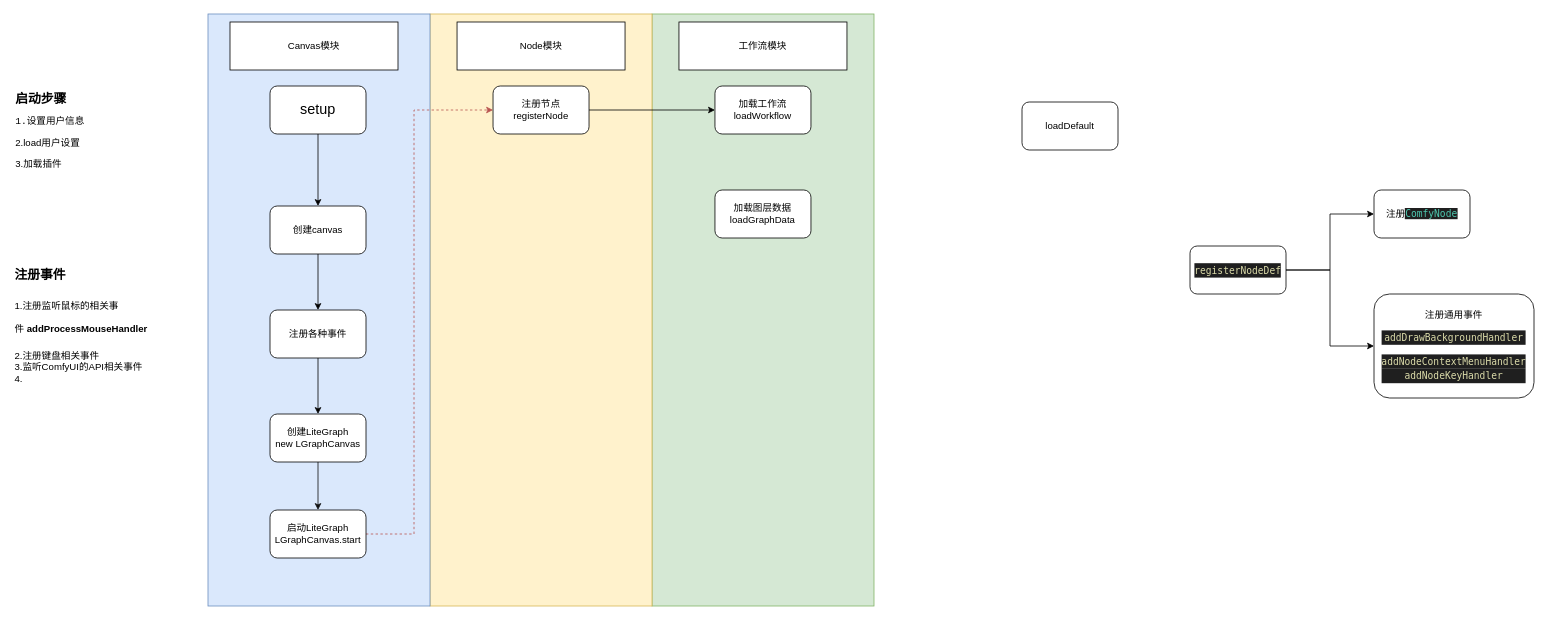
This is comfyUI.drawio from SkylarShuang/book-1, a draw.io file, before an edit. Source tidied: cells renumbered, new cells numbered last; positions are measured from the earlier drawing's top-left corner, leaving out a move shared by most shapes. Both pictures are drawn from the tidied source at 80%, with x=0, y=0 at pixel (14, 14).
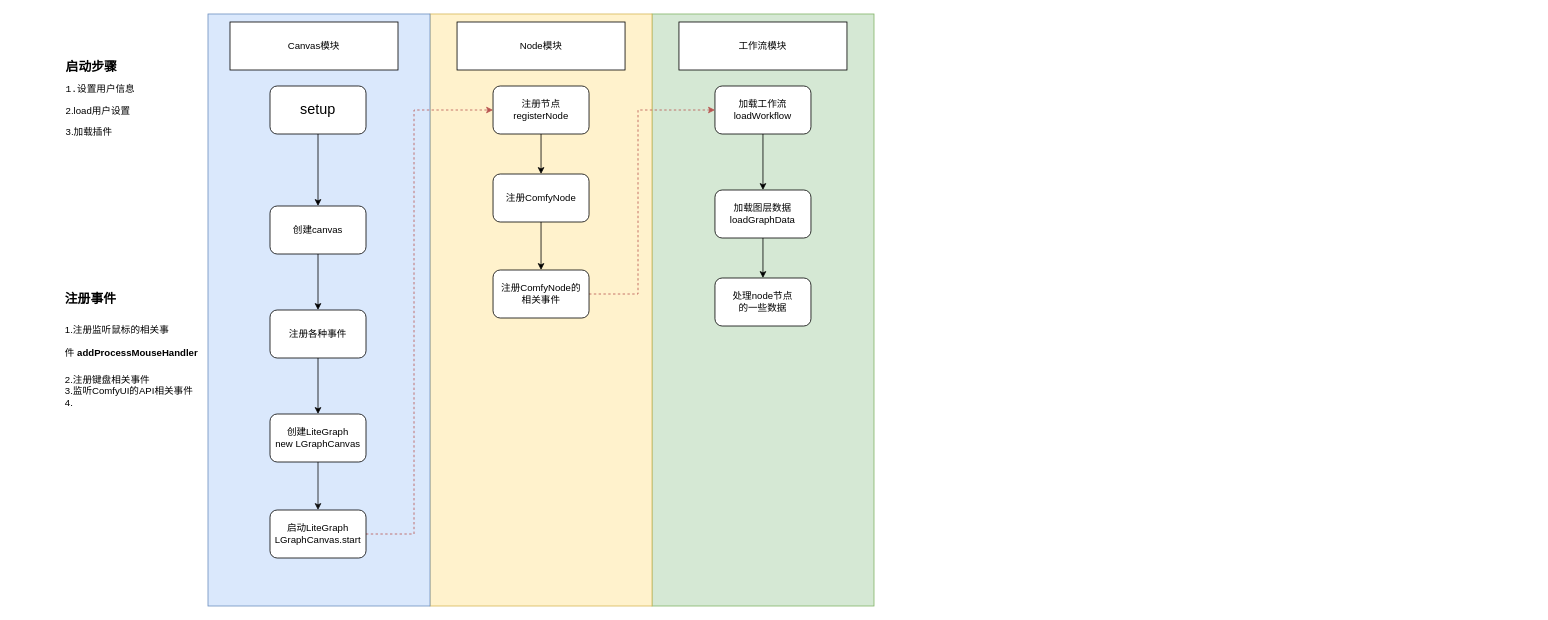
The same diagram, later.

Unchanged cells that the change refers to:
```xml
<mxCell id="5" value="&lt;div&gt;加载图层数据&lt;/div&gt;loadGraphData" style="rounded=1;whiteSpace=wrap;html=1;" parent="1" vertex="1">
  <mxGeometry x="876.2" y="220" width="120" height="60" as="geometry" />
</mxCell>
<mxCell id="25" value="注册节点&lt;div&gt;registerNode&lt;/div&gt;" style="rounded=1;whiteSpace=wrap;html=1;" parent="1" vertex="1">
  <mxGeometry x="598.8" y="90" width="120" height="60" as="geometry" />
</mxCell>
<mxCell id="26" value="&lt;div&gt;加载工作流&lt;/div&gt;&lt;div&gt;loadWorkflow&lt;/div&gt;" style="rounded=1;whiteSpace=wrap;html=1;" parent="1" vertex="1">
  <mxGeometry x="876.2" y="90" width="120" height="60" as="geometry" />
</mxCell>
```

The edit, as a diff of the source:
```diff
@@
+    <mxCell id="30" style="edgeStyle=orthogonalEdgeStyle;rounded=0;jettySize=auto;html=1;entryX=0.5;entryY=0;entryDx=0;entryDy=0;" parent="1" edge="1" source="5" target="36">
+      <mxGeometry relative="1" as="geometry" />
+    </mxCell>
@@
-    <mxCell id="6" value="loadDefault" style="rounded=1;whiteSpace=wrap;html=1;" parent="1" vertex="1">
-      <mxGeometry x="1260" y="110" width="120" height="60" as="geometry" />
-    </mxCell>
-    <mxCell id="7" style="edgeStyle=orthogonalEdgeStyle;rounded=0;jettySize=auto;html=1;entryX=0;entryY=0.5;entryDx=0;entryDy=0;" parent="1" edge="1" source="9" target="10">
-      <mxGeometry relative="1" as="geometry" />
-    </mxCell>
-    <mxCell id="8" style="edgeStyle=orthogonalEdgeStyle;rounded=0;jettySize=auto;html=1;entryX=0;entryY=0.5;entryDx=0;entryDy=0;" parent="1" edge="1" source="9" target="11">
-      <mxGeometry relative="1" as="geometry" />
-    </mxCell>
-    <mxCell id="9" value="&lt;div style=&quot;color: rgb(204, 204, 204); background-color: rgb(31, 31, 31); font-family: Menlo, Monaco, &amp;quot;Courier New&amp;quot;, monospace; line-height: 18px; white-space: pre;&quot;&gt;&lt;span style=&quot;color: #dcdcaa;&quot;&gt;registerNodeDef&lt;/span&gt;&lt;/div&gt;" style="rounded=1;whiteSpace=wrap;html=1;" parent="1" vertex="1">
-      <mxGeometry x="1470" y="290" width="120" height="60" as="geometry" />
-    </mxCell>
+    <mxCell id="31" style="edgeStyle=orthogonalEdgeStyle;rounded=0;jettySize=auto;html=1;" parent="1" edge="1" source="10" target="35">
+      <mxGeometry relative="1" as="geometry" />
+    </mxCell>
-    <mxCell id="10" value="注册&lt;span style=&quot;color: rgb(78, 201, 176); background-color: rgb(31, 31, 31); font-family: Menlo, Monaco, &amp;quot;Courier New&amp;quot;, monospace; white-space: pre;&quot;&gt;ComfyNode&lt;/span&gt;" style="rounded=1;whiteSpace=wrap;html=1;" parent="1" vertex="1">
-      <mxGeometry x="1700" y="220" width="120" height="60" as="geometry" />
+    <mxCell id="10" value="注册ComfyNode" style="rounded=1;whiteSpace=wrap;html=1;" parent="1" vertex="1">
+      <mxGeometry x="598.8" y="200" width="120" height="60" as="geometry" />
     </mxCell>
-    <mxCell id="11" value="注册通用事件&lt;div&gt;&lt;p style=&quot;color: rgb(204, 204, 204); background-color: rgb(31, 31, 31); font-family: Menlo, Monaco, &amp;quot;Courier New&amp;quot;, monospace; line-height: 18px; white-space: pre;&quot;&gt;&lt;span style=&quot;color: #dcdcaa;&quot;&gt;addDrawBackgroundHandler&lt;/span&gt;&lt;/p&gt;&lt;p style=&quot;color: rgb(204, 204, 204); background-color: rgb(31, 31, 31); font-family: Menlo, Monaco, &amp;quot;Courier New&amp;quot;, monospace; line-height: 18px; white-space: pre;&quot;&gt;&lt;span style=&quot;color: #dcdcaa;&quot;&gt;&lt;/span&gt;&lt;/p&gt;&lt;div style=&quot;color: rgb(204, 204, 204); background-color: rgb(31, 31, 31); font-family: Menlo, Monaco, &amp;quot;Courier New&amp;quot;, monospace; line-height: 18px; white-space: pre;&quot;&gt;&lt;span style=&quot;color: #dcdcaa;&quot;&gt;addNodeContextMenuHandler&lt;/span&gt;&lt;/div&gt;&lt;/div&gt;&lt;div style=&quot;color: rgb(204, 204, 204); background-color: rgb(31, 31, 31); font-family: Menlo, Monaco, &amp;quot;Courier New&amp;quot;, monospace; line-height: 18px; white-space: pre;&quot;&gt;&lt;span style=&quot;color: #dcdcaa;&quot;&gt;addNodeKeyHandler&lt;/span&gt;&lt;/div&gt;" style="rounded=1;whiteSpace=wrap;html=1;" parent="1" vertex="1">
-      <mxGeometry x="1700" y="350" width="200" height="130" as="geometry" />
-    </mxCell>
@@
     <mxCell id="14" value="&lt;h1 style=&quot;margin-top: 0px; font-size: 16px;&quot;&gt;&lt;font style=&quot;font-size: 16px;&quot;&gt;启动步骤&lt;/font&gt;&lt;/h1&gt;&lt;pre style=&quot;&quot;&gt;&lt;font style=&quot;font-size: 12px;&quot;&gt;1.设置用户信息&lt;/font&gt;&lt;/pre&gt;&lt;p style=&quot;&quot;&gt;2.load用户设置&lt;/p&gt;&lt;p&gt;3.加载插件&lt;/p&gt;" style="text;html=1;whiteSpace=wrap;overflow=hidden;rounded=0;" parent="1" vertex="1">
-      <mxGeometry y="90" width="180" height="120" as="geometry" />
+      <mxGeometry x="62.5" y="50" width="180" height="120" as="geometry" />
     </mxCell>
@@
     <mxCell id="21" value="&lt;h1 style=&quot;text-align: left; margin-top: 0px; font-size: 16px;&quot;&gt;&lt;span style=&quot;background-color: initial;&quot;&gt;注册事件&lt;/span&gt;&lt;/h1&gt;&lt;h1 style=&quot;text-align: left; margin-top: 0px;&quot;&gt;&lt;span style=&quot;font-size: 12px; font-weight: 400;&quot;&gt;1.注册监听鼠标的相关事件&amp;nbsp;&lt;/span&gt;&lt;font style=&quot;font-size: 12px;&quot;&gt;addProcessMouseHandler&lt;/font&gt;&lt;/h1&gt;&lt;div style=&quot;text-align: left;&quot;&gt;2.注册键盘相关事件&lt;/div&gt;&lt;div style=&quot;text-align: left;&quot;&gt;3.监听ComfyUI的API相关事件&lt;/div&gt;&lt;div style=&quot;text-align: left;&quot;&gt;4.&lt;/div&gt;" style="text;html=1;align=center;verticalAlign=middle;whiteSpace=wrap;rounded=0;" parent="1" vertex="1">
-      <mxGeometry y="310" width="242.5" height="160" as="geometry" />
+      <mxGeometry x="62.5" y="340" width="242.5" height="160" as="geometry" />
     </mxCell>
@@
-    <mxCell id="24" style="edgeStyle=orthogonalEdgeStyle;rounded=0;jettySize=auto;html=1;exitX=1;exitY=0.5;exitDx=0;exitDy=0;" parent="1" edge="1" source="25" target="26">
-      <mxGeometry relative="1" as="geometry" />
-    </mxCell>
+    <mxCell id="32" style="edgeStyle=orthogonalEdgeStyle;rounded=0;jettySize=auto;html=1;entryX=0.5;entryY=0;entryDx=0;entryDy=0;" parent="1" edge="1" source="25" target="10">
+      <mxGeometry relative="1" as="geometry" />
+    </mxCell>
@@
+    <mxCell id="33" style="edgeStyle=orthogonalEdgeStyle;rounded=0;jettySize=auto;html=1;" parent="1" edge="1" source="26" target="5">
+      <mxGeometry relative="1" as="geometry" />
+    </mxCell>
@@
+    <mxCell id="34" style="edgeStyle=orthogonalEdgeStyle;rounded=0;jettySize=auto;html=1;entryX=0;entryY=0.5;entryDx=0;entryDy=0;fillColor=#f8cecc;strokeColor=#b85450;dashed=1;" parent="1" edge="1" source="35" target="26">
+      <mxGeometry relative="1" as="geometry">
+        <Array as="points">
+          <mxPoint x="780" y="350" />
+          <mxPoint x="780" y="120" />
+        </Array>
+      </mxGeometry>
+    </mxCell>
+    <mxCell id="35" value="注册ComfyNode的&lt;div&gt;相关事件&lt;/div&gt;" style="rounded=1;whiteSpace=wrap;html=1;" parent="1" vertex="1">
+      <mxGeometry x="598.8" y="320" width="120" height="60" as="geometry" />
+    </mxCell>
+    <mxCell id="36" value="&lt;div&gt;处理node节点&lt;/div&gt;&lt;div&gt;的一些数据&lt;/div&gt;" style="rounded=1;whiteSpace=wrap;html=1;" parent="1" vertex="1">
+      <mxGeometry x="876.2" y="330" width="120" height="60" as="geometry" />
+    </mxCell>
```
